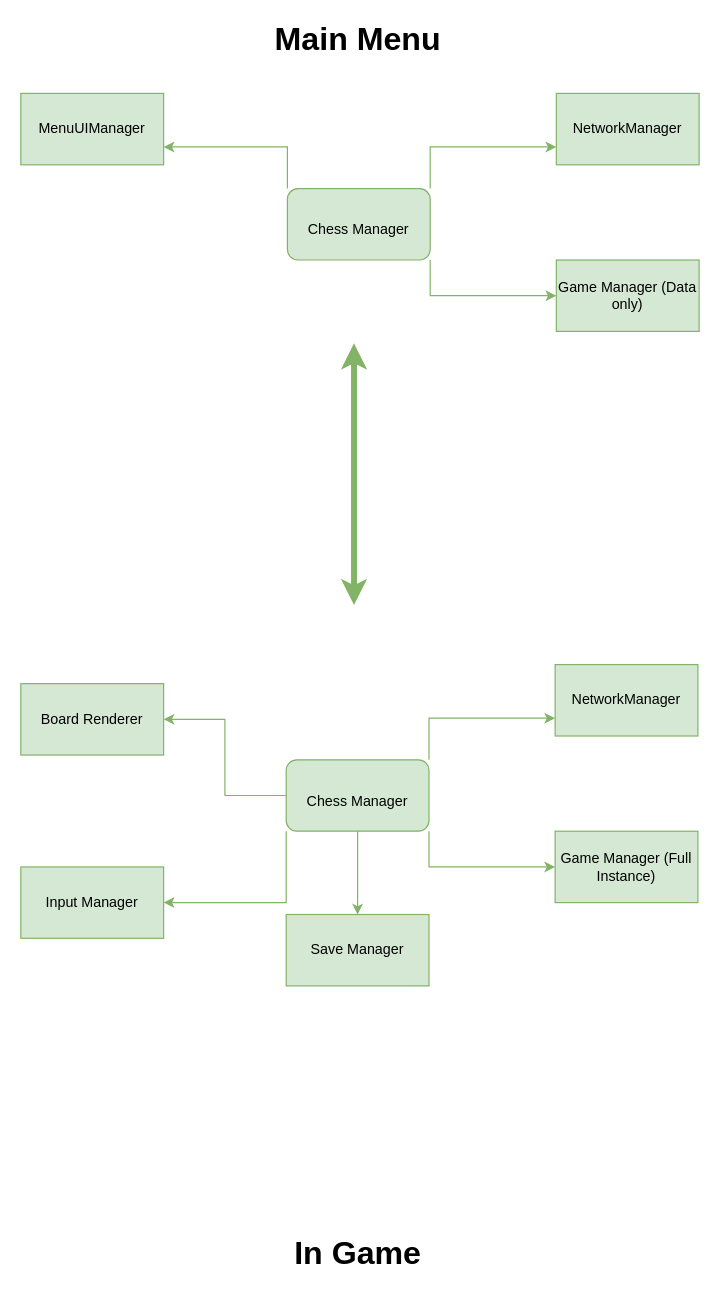
Before: page "Chess Manager" (2 of 5) of Docs/Plan Diagram (open with www.draw.io).drawio in Robert-M-Lucas/NEA, a draw.io diagram. Source tidied: cells renumbered, new cells numbered last; positions are measured from the earlier drawing's top-left corner, leaving out a move shared by most shapes. Both pictures are drawn from the tidied source at 119%, with x=0, y=0 at pixel (20, 21).
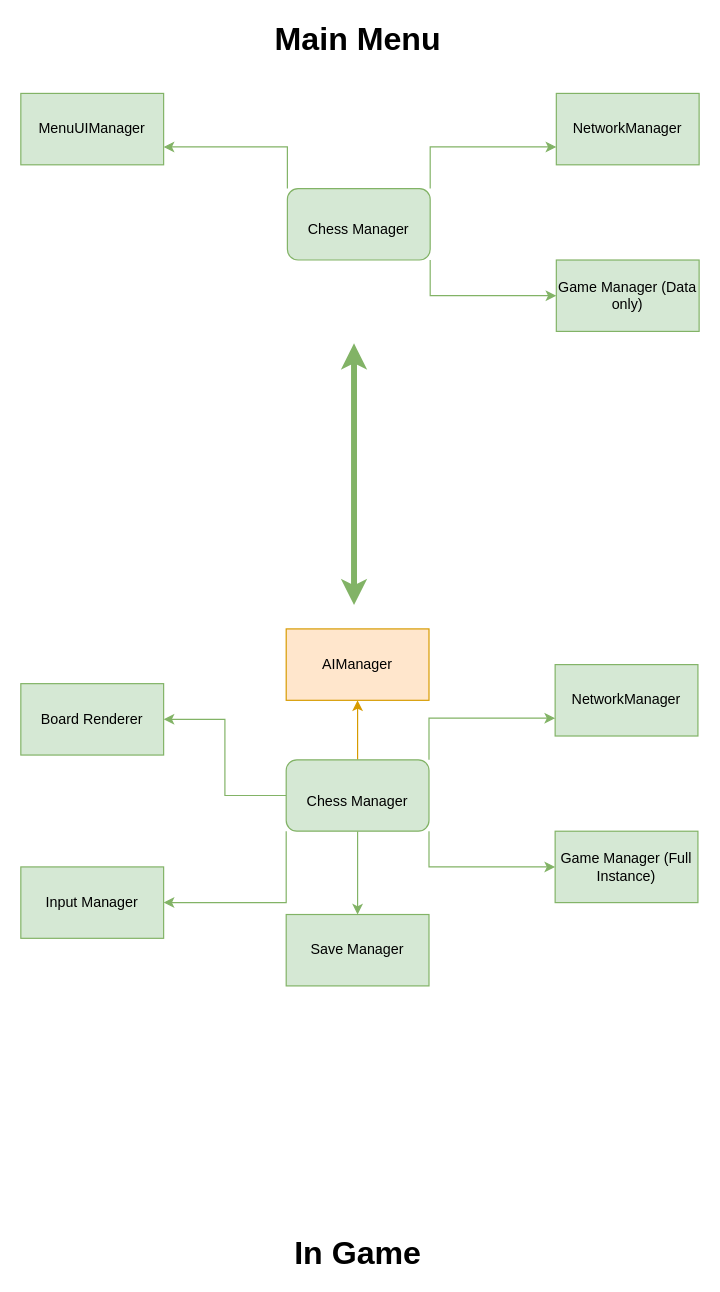
Above is the later version.

Unchanged cells that the change refers to:
```xml
<mxCell id="16" value="&lt;font style=&quot;font-size: 12px;&quot;&gt;Chess Manager&lt;/font&gt;" style="rounded=1;whiteSpace=wrap;html=1;fontSize=27;fillColor=#d5e8d4;strokeColor=#82b366;" parent="1" vertex="1">
  <mxGeometry x="223" y="620" width="120" height="60" as="geometry" />
</mxCell>
```

Change to the diagram source:
```diff
@@
+    <mxCell id="23" style="edgeStyle=orthogonalEdgeStyle;rounded=0;jettySize=auto;html=1;exitX=0.5;exitY=0;exitDx=0;exitDy=0;entryX=0.5;entryY=1;entryDx=0;entryDy=0;fillColor=#ffe6cc;strokeColor=#d79b00;" parent="1" edge="1" source="16" target="24">
+      <mxGeometry relative="1" as="geometry" />
+    </mxCell>
@@
+    <mxCell id="24" value="AIManager" style="rounded=0;whiteSpace=wrap;html=1;fontSize=12;fillColor=#ffe6cc;strokeColor=#d79b00;" parent="1" vertex="1">
+      <mxGeometry x="223" y="510" width="120" height="60" as="geometry" />
+    </mxCell>
```
